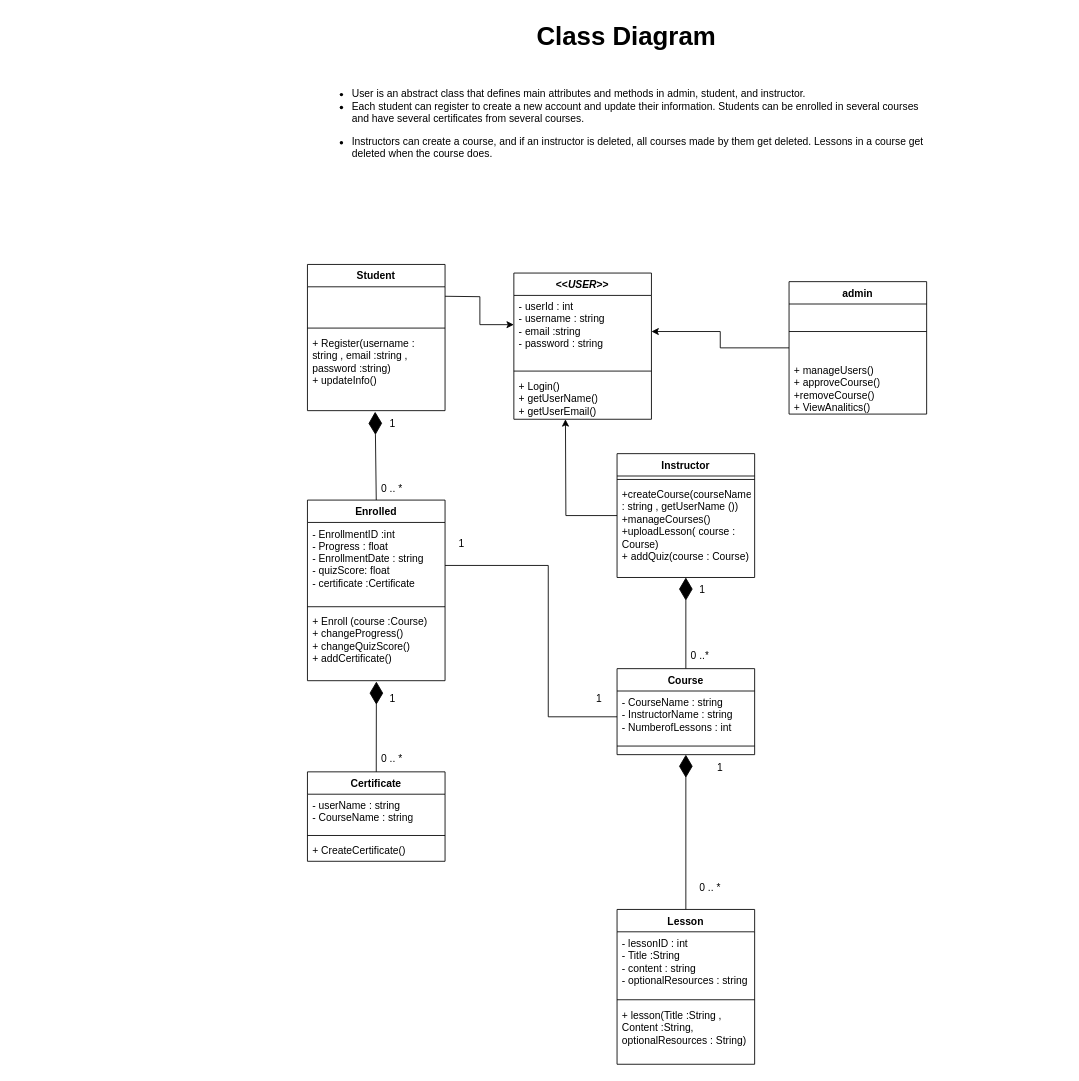
The draw.io diagram Class.drawio in catray05/prog2_lab6, before the edit. Source tidied: cells renumbered, new cells numbered last; positions are measured from the earlier drawing's top-left corner, leaving out a move shared by most shapes. Both pictures are drawn from the tidied source at 86%, with x=0, y=0 at pixel (281, 15).
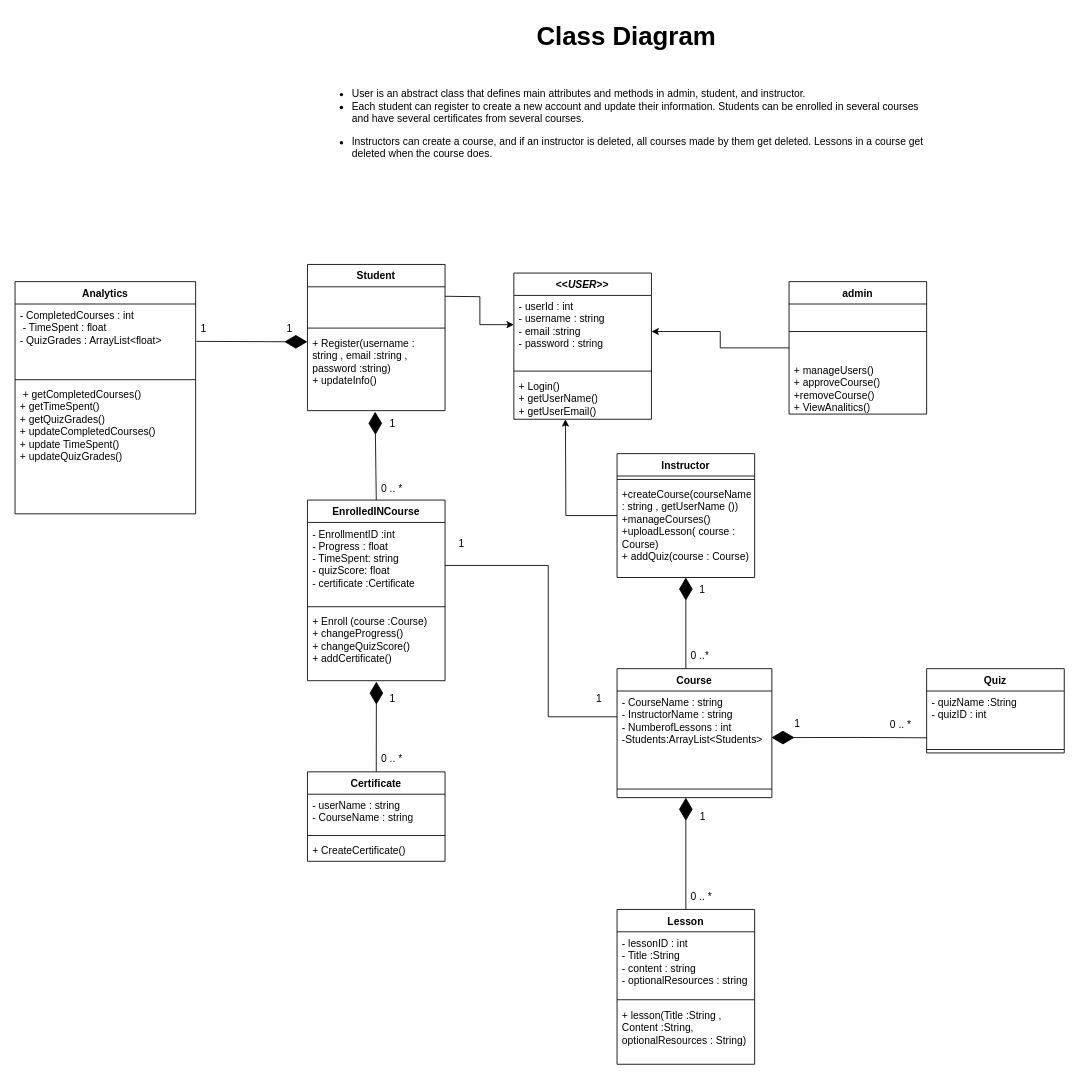
Above is the later version.

Unchanged cells that the change refers to:
```xml
<mxCell id="7" value="Student" style="swimlane;fontStyle=1;align=center;verticalAlign=top;horizontal=1;startSize=26;whiteSpace=wrap;html=1;" parent="1" vertex="1">
  <mxGeometry x="30" y="290" width="160" height="170" as="geometry" />
</mxCell>
```

What changed in the source:
```diff
@@
-    <mxCell id="10" value="&lt;div&gt;+ Register(username : string , email :string , password :string)&lt;/div&gt;&lt;div&gt;+ updateInfo()&lt;/div&gt;&lt;div&gt;&lt;br&gt;&lt;/div&gt;" style="text;align=left;verticalAlign=top;spacingLeft=4;spacingRight=4;overflow=hidden;points=[[0,0.5],[1,0.5]];portConstraint=eastwest;whiteSpace=wrap;html=1;labelBorderColor=none;" parent="7" vertex="1">
+    <mxCell id="10" value="&lt;div&gt;+ Register(username : string , email :string , password :string)&lt;/div&gt;&lt;div&gt;+ updateInfo()&lt;/div&gt;&lt;div&gt;&lt;br&gt;&lt;/div&gt;&lt;div&gt;&lt;br&gt;&lt;/div&gt;" style="text;align=left;verticalAlign=top;spacingLeft=4;spacingRight=4;overflow=hidden;points=[[0,0.5],[1,0.5]];portConstraint=eastwest;whiteSpace=wrap;html=1;labelBorderColor=none;" parent="7" vertex="1">
       <mxGeometry y="78" width="160" height="92" as="geometry" />
     </mxCell>
@@
     <mxCell id="20" value="Course" style="swimlane;fontStyle=1;align=center;verticalAlign=top;horizontal=1;startSize=26;whiteSpace=wrap;html=1;" parent="1" vertex="1">
-      <mxGeometry x="390" y="760" width="160" height="100" as="geometry" />
+      <mxGeometry x="390" y="760" width="180" height="150" as="geometry" />
     </mxCell>
-    <mxCell id="21" value="&lt;div&gt;- CourseName : string&lt;/div&gt;&lt;div&gt;- InstructorName : string&lt;/div&gt;&lt;div&gt;- NumberofLessons : int&lt;/div&gt;" style="text;align=left;verticalAlign=top;spacingLeft=4;spacingRight=4;overflow=hidden;points=[[0,0.5],[1,0.5]];portConstraint=eastwest;whiteSpace=wrap;html=1;" parent="20" vertex="1">
-      <mxGeometry y="26" width="160" height="54" as="geometry" />
+    <mxCell id="21" value="&lt;div&gt;- CourseName : string&lt;/div&gt;&lt;div&gt;- InstructorName : string&lt;/div&gt;&lt;div&gt;- NumberofLessons : int&lt;/div&gt;&lt;div&gt;-Students:ArrayList&amp;lt;Students&amp;gt;&lt;/div&gt;" style="text;align=left;verticalAlign=top;spacingLeft=4;spacingRight=4;overflow=hidden;points=[[0,0.5],[1,0.5]];portConstraint=eastwest;whiteSpace=wrap;html=1;" parent="20" vertex="1">
+      <mxGeometry y="26" width="180" height="104" as="geometry" />
     </mxCell>
     <mxCell id="22" style="line;strokeWidth=1;align=left;verticalAlign=middle;spacingTop=-1;spacingLeft=3;spacingRight=3;labelPosition=right;" parent="20" vertex="1">
-      <mxGeometry y="80" width="160" height="20" as="geometry" />
+      <mxGeometry y="130" width="180" height="20" as="geometry" />
     </mxCell>
-    <mxCell id="23" style="endArrow=diamondThin;endFill=1;endSize=24;html=1;rounded=0;entryX=0.5;entryY=1;entryDx=0;entryDy=0;" parent="1" edge="1" target="20">
+    <mxCell id="23" style="endArrow=diamondThin;endFill=1;endSize=24;html=1;rounded=0;" parent="1" edge="1">
       <mxGeometry relative="1" as="geometry">
         <mxPoint x="470" y="1040" as="sourcePoint" />
+        <mxPoint x="470" y="910" as="targetPoint" />
       </mxGeometry>
     </mxCell>
@@
-    <mxCell id="29" value="Enrolled" style="swimlane;fontStyle=1;align=center;verticalAlign=top;horizontal=1;startSize=26;whiteSpace=wrap;html=1;" parent="1" vertex="1">
+    <mxCell id="29" value="EnrolledINCourse" style="swimlane;fontStyle=1;align=center;verticalAlign=top;horizontal=1;startSize=26;whiteSpace=wrap;html=1;" parent="1" vertex="1">
       <mxGeometry x="30" y="564" width="160" height="210" as="geometry" />
     </mxCell>
-    <mxCell id="30" value="&lt;div&gt;- EnrollmentID :int&lt;/div&gt;&lt;div&gt;- Progress : float&lt;/div&gt;&lt;div&gt;- EnrollmentDate : string&lt;/div&gt;&lt;div&gt;- quizScore: float&lt;/div&gt;&lt;div&gt;- certificate :Certificate&lt;/div&gt;" style="text;align=left;verticalAlign=top;spacingLeft=4;spacingRight=4;overflow=hidden;whiteSpace=wrap;html=1;" parent="29" vertex="1">
+    <mxCell id="30" value="&lt;div&gt;- EnrollmentID :int&lt;/div&gt;&lt;div&gt;- Progress : float&lt;/div&gt;&lt;div&gt;- TimeSpent: string&lt;/div&gt;&lt;div&gt;- quizScore: float&lt;/div&gt;&lt;div&gt;- certificate :Certificate&lt;/div&gt;" style="text;align=left;verticalAlign=top;spacingLeft=4;spacingRight=4;overflow=hidden;whiteSpace=wrap;html=1;" parent="29" vertex="1">
       <mxGeometry y="26" width="160" height="94" as="geometry" />
     </mxCell>
@@
     <mxCell id="43" value="1" style="text;html=1;whiteSpace=wrap;strokeColor=none;fillColor=none;align=center;verticalAlign=middle;rounded=0;" parent="1" vertex="1">
-      <mxGeometry x="480" y="860" width="60" height="30" as="geometry" />
+      <mxGeometry x="460" y="917" width="60" height="30" as="geometry" />
     </mxCell>
     <mxCell id="44" value="0 .. *" style="text;strokeColor=none;fillColor=none;align=left;verticalAlign=middle;spacingLeft=4;spacingRight=4;overflow=hidden;whiteSpace=wrap;html=1;" parent="1" vertex="1">
-      <mxGeometry x="480" y="1000" width="80" height="30" as="geometry" />
+      <mxGeometry x="470" y="1010" width="80" height="30" as="geometry" />
     </mxCell>
@@
+    <mxCell id="50" value="Analytics" style="swimlane;fontStyle=1;align=center;verticalAlign=top;horizontal=1;startSize=26;whiteSpace=wrap;html=1;" parent="1" vertex="1">
+      <mxGeometry x="-310" y="310" width="210" height="270" as="geometry" />
+    </mxCell>
+    <mxCell id="51" value="&lt;div&gt;- CompletedCourses : int&amp;nbsp;&lt;/div&gt;&lt;div&gt;&amp;nbsp;- TimeSpent : float&lt;/div&gt;&lt;div&gt;- QuizGrades : ArrayList&amp;lt;float&amp;gt;&lt;/div&gt;&lt;div&gt;&lt;br&gt;&lt;/div&gt;" style="text;strokeColor=none;fillColor=none;align=left;verticalAlign=top;spacingLeft=4;spacingRight=4;overflow=hidden;whiteSpace=wrap;html=1;" parent="50" vertex="1">
+      <mxGeometry y="26" width="210" height="84" as="geometry" />
+    </mxCell>
+    <mxCell id="52" style="line;strokeWidth=1;fillColor=none;align=left;verticalAlign=middle;spacingTop=-1;spacingLeft=3;spacingRight=3;labelPosition=right;strokeColor=inherit;" parent="50" vertex="1">
+      <mxGeometry y="110" width="210" height="8" as="geometry" />
+    </mxCell>
+    <mxCell id="53" value="&lt;div&gt;&amp;nbsp;+ getCompletedCourses()&lt;/div&gt;&lt;div&gt;+ getTimeSpent()&lt;/div&gt;&lt;div&gt;+ getQuizGrades()&lt;/div&gt;&lt;div&gt;+ updateCompletedCourses()&lt;/div&gt;&lt;div&gt;+ update TimeSpent()&lt;/div&gt;&lt;div&gt;+ updateQuizGrades()&lt;/div&gt;" style="text;strokeColor=none;fillColor=none;align=left;verticalAlign=top;spacingLeft=4;spacingRight=4;overflow=hidden;whiteSpace=wrap;html=1;" parent="50" vertex="1">
+      <mxGeometry y="118" width="210" height="152" as="geometry" />
+    </mxCell>
+    <mxCell id="54" style="endArrow=diamondThin;endFill=1;endSize=24;html=1;rounded=0;exitX=0.013;exitY=0.982;exitDx=0;exitDy=0;exitPerimeter=0;" parent="1" edge="1" source="55">
+      <mxGeometry relative="1" as="geometry">
+        <mxPoint x="30" y="380" as="targetPoint" />
+      </mxGeometry>
+    </mxCell>
+    <mxCell id="55" value="1" style="text;strokeColor=none;fillColor=none;align=left;verticalAlign=middle;spacingLeft=4;spacingRight=4;overflow=hidden;points=[[0,0.5],[1,0.5]];portConstraint=eastwest;whiteSpace=wrap;html=1;" parent="1" vertex="1">
+      <mxGeometry x="-100" y="350" width="60" height="30" as="geometry" />
+    </mxCell>
+    <mxCell id="56" value="1" style="text;strokeColor=none;fillColor=none;align=left;verticalAlign=middle;spacingLeft=4;spacingRight=4;overflow=hidden;whiteSpace=wrap;html=1;" parent="1" vertex="1">
+      <mxGeometry y="350" width="30" height="30" as="geometry" />
+    </mxCell>
+    <mxCell id="57" value="Quiz" style="swimlane;fontStyle=1;align=center;verticalAlign=top;horizontal=1;startSize=26;whiteSpace=wrap;html=1;" parent="1" vertex="1">
+      <mxGeometry x="750" y="760" width="160" height="98" as="geometry" />
+    </mxCell>
+    <mxCell id="58" value="&lt;div&gt;- quizName :String&lt;/div&gt;&lt;div&gt;- quizID : int&lt;/div&gt;&lt;div&gt;&lt;br&gt;&lt;/div&gt;" style="text;strokeColor=none;fillColor=none;align=left;verticalAlign=top;spacingLeft=4;spacingRight=4;overflow=hidden;points=[[0,0.5],[1,0.5]];portConstraint=eastwest;whiteSpace=wrap;html=1;" parent="57" vertex="1">
+      <mxGeometry y="26" width="160" height="64" as="geometry" />
+    </mxCell>
+    <mxCell id="59" style="line;strokeWidth=1;fillColor=none;align=left;verticalAlign=middle;spacingTop=-1;spacingLeft=3;spacingRight=3;labelPosition=right;strokeColor=inherit;" parent="57" vertex="1">
+      <mxGeometry y="90" width="160" height="8" as="geometry" />
+    </mxCell>
+    <mxCell id="60" style="endArrow=diamondThin;endFill=1;endSize=24;html=1;rounded=0;exitX=0;exitY=0.85;exitDx=0;exitDy=0;exitPerimeter=0;entryX=0.997;entryY=0.521;entryDx=0;entryDy=0;entryPerimeter=0;" parent="1" edge="1" source="58" target="21">
+      <mxGeometry relative="1" as="geometry">
+        <Array as="points">
+          <mxPoint x="670" y="840" />
+        </Array>
+      </mxGeometry>
+    </mxCell>
+    <mxCell id="61" value="1" style="text;html=1;whiteSpace=wrap;strokeColor=none;fillColor=none;align=center;verticalAlign=middle;rounded=0;" parent="1" vertex="1">
+      <mxGeometry x="570" y="809" width="60" height="30" as="geometry" />
+    </mxCell>
+    <mxCell id="62" value="0 .. *" style="text;html=1;whiteSpace=wrap;strokeColor=none;fillColor=none;align=center;verticalAlign=middle;rounded=0;" parent="1" vertex="1">
+      <mxGeometry x="690" y="810" width="60" height="30" as="geometry" />
+    </mxCell>
```
